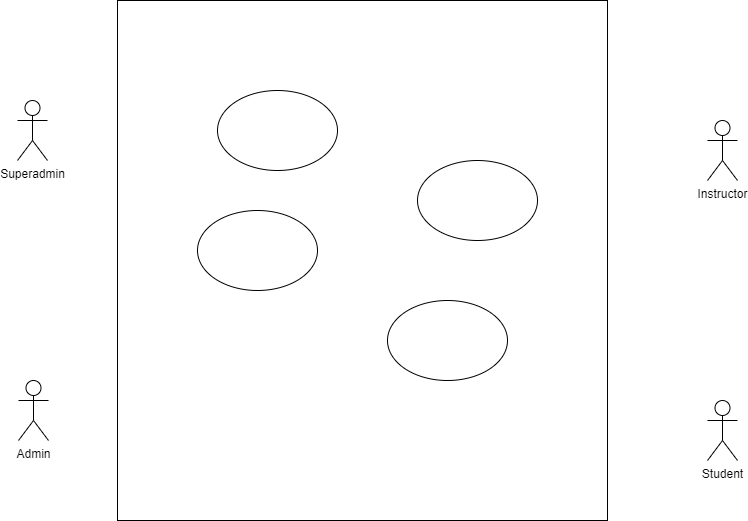
Earlier version of the draw.io export Use_Case_Diagram_Marimo.drawio.png (kaisunoo/Acads). Source tidied: cells renumbered, new cells last; positions are measured from the earlier drawing's top-left corner, leaving out a move shared by most shapes.
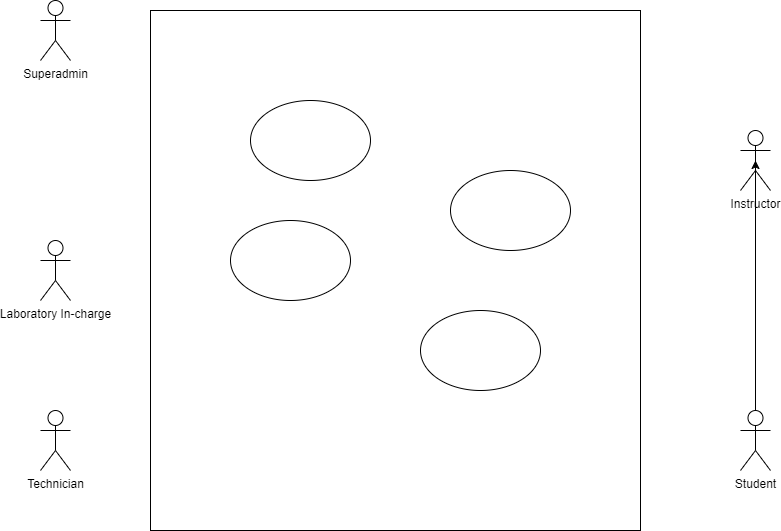
The same file after the commit.

The edit, as a diff of the source:
```diff
@@ -6,10 +6,10 @@
       <mxGeometry x="100" width="490" height="520" as="geometry" />
     </mxCell>
     <mxCell id="3" value="Superadmin" style="shape=umlActor;verticalLabelPosition=bottom;verticalAlign=top;html=1;" parent="1" vertex="1">
-      <mxGeometry y="100" width="30" height="60" as="geometry" />
+      <mxGeometry x="-10" y="-10" width="30" height="60" as="geometry" />
     </mxCell>
-    <mxCell id="4" value="Admin" style="shape=umlActor;verticalLabelPosition=bottom;verticalAlign=top;html=1;" parent="1" vertex="1">
-      <mxGeometry x="1" y="380" width="30" height="60" as="geometry" />
+    <mxCell id="4" value="Laboratory In-charge" style="shape=umlActor;verticalLabelPosition=bottom;verticalAlign=top;html=1;" parent="1" vertex="1">
+      <mxGeometry x="-10" y="230" width="30" height="60" as="geometry" />
     </mxCell>
     <mxCell id="5" value="Instructor" style="shape=umlActor;verticalLabelPosition=bottom;verticalAlign=top;html=1;outlineConnect=0;" parent="1" vertex="1">
       <mxGeometry x="690" y="120" width="30" height="60" as="geometry" />
@@ -29,5 +29,11 @@
     <mxCell id="10" style="ellipse;whiteSpace=wrap;html=1;" parent="1" vertex="1">
       <mxGeometry x="370" y="300" width="120" height="80" as="geometry" />
     </mxCell>
+    <mxCell id="11" value="Technician" style="shape=umlActor;verticalLabelPosition=bottom;verticalAlign=top;html=1;" parent="1" vertex="1">
+      <mxGeometry x="-10" y="400" width="30" height="60" as="geometry" />
+    </mxCell>
+    <mxCell id="12" style="edgeStyle=orthogonalEdgeStyle;rounded=0;jettySize=auto;html=1;exitX=0.5;exitY=0;exitDx=0;exitDy=0;exitPerimeter=0;entryX=0.5;entryY=0.5;entryDx=0;entryDy=0;entryPerimeter=0;" parent="1" edge="1" source="6" target="5">
+      <mxGeometry relative="1" as="geometry" />
+    </mxCell>
   </root>
 </mxGraphModel>
```
